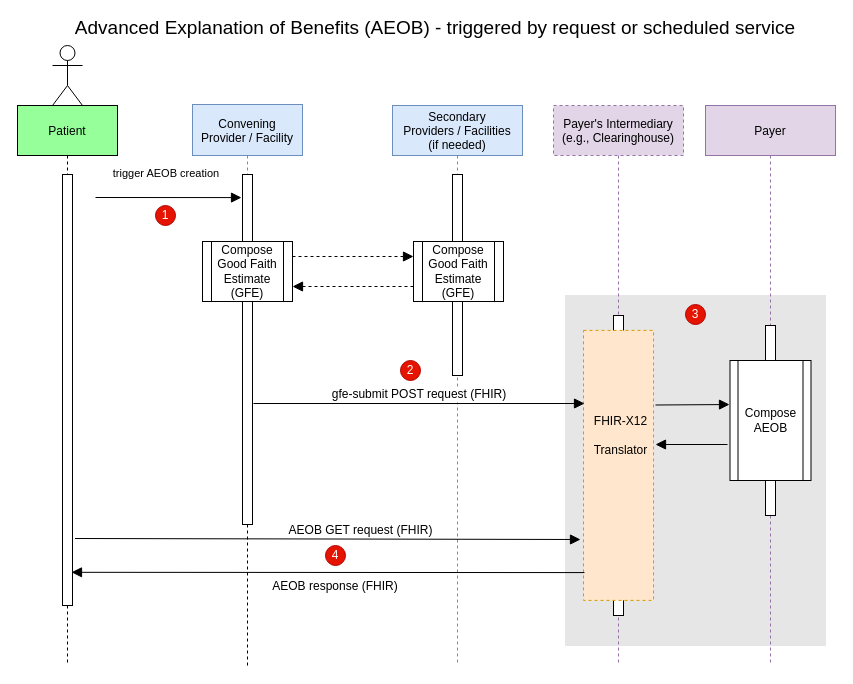
Before: input/images/AEOB-interaction.drawio in HL7/davinci-pct, a draw.io diagram. Source tidied: cells renumbered, new cells numbered last; positions are measured from the earlier drawing's top-left corner, leaving out a move shared by most shapes. Both pictures are drawn from the tidied source at 100%, with x=0, y=0 at pixel (17, 18).
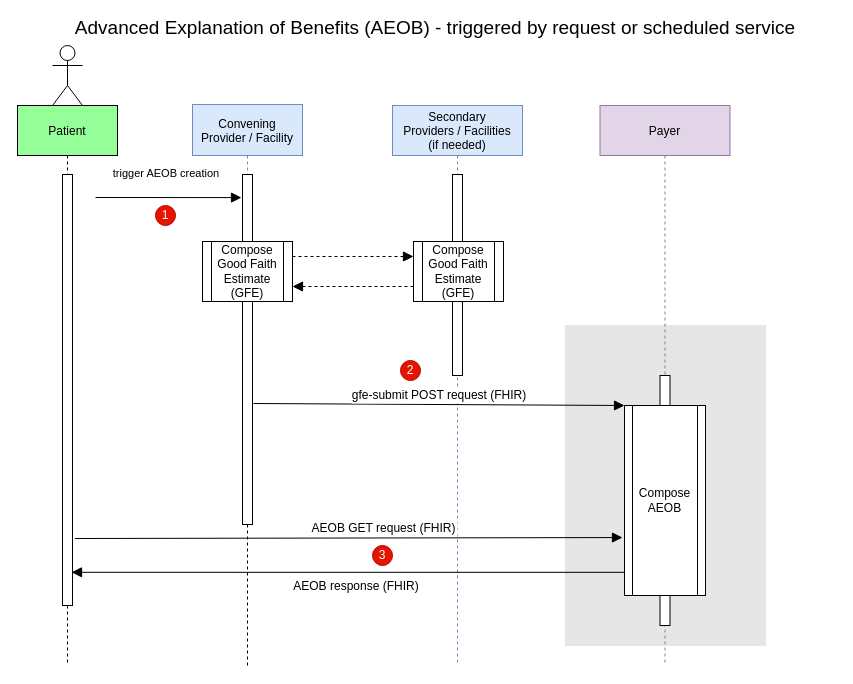
Above is the later version.

Unchanged cells that the change refers to:
```xml
<mxCell id="3" style="points=[];perimeter=orthogonalPerimeter;rounded=0;shadow=0;strokeWidth=1;" parent="2" vertex="1">
  <mxGeometry x="45" y="69" width="10" height="431" as="geometry" />
</mxCell>
```

What changed in the source:
```diff
@@
+    <mxCell id="23" style="perimeter=orthogonalPerimeter;rounded=0;shadow=0;strokeWidth=1;" parent="1" vertex="1">
+      <mxGeometry x="642.5" y="367" width="10" height="230" as="geometry" />
+    </mxCell>
@@
     <mxCell id="19" style="perimeter=orthogonalPerimeter;rounded=0;shadow=0;strokeWidth=1;fillColor=#E6E6E6;strokeColor=#E6E6E6;" parent="1" vertex="1">
-      <mxGeometry x="548" y="277" width="260" height="350" as="geometry" />
+      <mxGeometry x="548" y="307" width="200" height="320" as="geometry" />
     </mxCell>
-    <mxCell id="20" value="Payer's Intermediary&#10;(e.g., Clearinghouse)" style="shape=umlLifeline;perimeter=lifelinePerimeter;rounded=0;shadow=0;strokeWidth=1;fillColor=#e1d5e7;strokeColor=#9673a6;dashed=1;size=50;" parent="1" vertex="1">
-      <mxGeometry x="536" y="87" width="130" height="560" as="geometry" />
-    </mxCell>
-    <mxCell id="21" style="perimeter=orthogonalPerimeter;rounded=0;shadow=0;strokeWidth=1;" parent="20" vertex="1">
-      <mxGeometry x="60" y="210" width="10" height="300" as="geometry" />
-    </mxCell>
     <mxCell id="22" value="Payer" style="shape=umlLifeline;perimeter=lifelinePerimeter;rounded=0;shadow=0;strokeWidth=1;fillColor=#e1d5e7;strokeColor=#9673a6;size=50;" parent="1" vertex="1">
-      <mxGeometry x="688" y="87" width="130" height="560" as="geometry" />
+      <mxGeometry x="582.5" y="87" width="130" height="560" as="geometry" />
     </mxCell>
-    <mxCell id="23" style="perimeter=orthogonalPerimeter;rounded=0;shadow=0;strokeWidth=1;" parent="22" vertex="1">
-      <mxGeometry x="60" y="220" width="10" height="190" as="geometry" />
-    </mxCell>
-    <mxCell id="24" style="group;" parent="1" vertex="1">
-      <mxGeometry x="568" y="317" width="70" height="270" as="geometry" />
-    </mxCell>
-    <mxCell id="25" style="rounded=0;whiteSpace=wrap;html=1;fillColor=#ffe6cc;strokeColor=#d79b00;dashed=1;" parent="24" vertex="1">
-      <mxGeometry x="-2" y="-5.1" width="70" height="270" as="geometry" />
-    </mxCell>
-    <mxCell id="26" value="&lt;font style=&quot;font-size: 12px ; font-weight: normal&quot;&gt;FHIR-X12&lt;br&gt;Translator&lt;/font&gt;" style="text;strokeColor=none;fillColor=none;html=1;fontSize=24;fontStyle=1;verticalAlign=middle;align=center;" parent="24" vertex="1">
-      <mxGeometry y="51.2" width="70" height="90" as="geometry" />
-    </mxCell>
-    <mxCell id="27" value="Compose AEOB" style="shape=process;whiteSpace=wrap;html=1;backgroundOutline=1;" parent="1" vertex="1">
-      <mxGeometry x="712.5" y="342" width="81" height="120" as="geometry" />
-    </mxCell>
     <mxCell id="28" value="3" style="ellipse;whiteSpace=wrap;html=1;fillColor=#e51400;strokeColor=#B20000;fontColor=#ffffff;" parent="1" vertex="1">
-      <mxGeometry x="668" y="286" width="20" height="20" as="geometry" />
+      <mxGeometry x="355" y="527" width="20" height="20" as="geometry" />
     </mxCell>
-    <mxCell id="29" value="AEOB response (FHIR)" style="verticalAlign=bottom;endArrow=block;endSize=8;shadow=0;strokeWidth=1;endFill=1;entryX=0.9;entryY=0.923;entryDx=0;entryDy=0;entryPerimeter=0;exitX=0.014;exitY=0.897;exitDx=0;exitDy=0;exitPerimeter=0;fontSize=12;" parent="1" edge="1" source="25" target="3">
+    <mxCell id="29" value="AEOB response (FHIR)" style="verticalAlign=bottom;endArrow=block;endSize=8;shadow=0;strokeWidth=1;endFill=1;entryX=0.9;entryY=0.923;entryDx=0;entryDy=0;entryPerimeter=0;exitX=0.012;exitY=0.878;exitDx=0;exitDy=0;exitPerimeter=0;fontSize=12;" parent="1" edge="1" source="27" target="3">
       <mxGeometry x="-0.03" y="23" relative="1" as="geometry" />
     </mxCell>
-    <mxCell id="30" value="gfe-submit POST request (FHIR)" style="verticalAlign=bottom;endArrow=block;shadow=0;strokeWidth=1;entryX=-0.014;entryY=0.388;entryDx=0;entryDy=0;entryPerimeter=0;endSize=8;fontSize=12;" parent="1" edge="1">
+    <mxCell id="30" value="gfe-submit POST request (FHIR)" style="verticalAlign=bottom;endArrow=block;shadow=0;strokeWidth=1;entryX=0;entryY=0;entryDx=0;entryDy=0;endSize=8;fontSize=12;" parent="1" edge="1" target="27">
       <mxGeometry relative="1" as="geometry">
         <mxPoint x="236" y="385" as="sourcePoint" />
-        <mxPoint x="567" y="385" as="targetPoint" />
       </mxGeometry>
     </mxCell>
-    <mxCell id="31" style="verticalAlign=bottom;endArrow=block;shadow=0;strokeWidth=1;labelBackgroundColor=none;entryX=-0.006;entryY=0.367;entryDx=0;entryDy=0;entryPerimeter=0;endSize=8;" parent="1" edge="1" target="27">
-      <mxGeometry x="0.08" y="8" relative="1" as="geometry">
-        <mxPoint x="638" y="386.5" as="sourcePoint" />
-      </mxGeometry>
-    </mxCell>
-    <mxCell id="32" style="verticalAlign=bottom;endArrow=block;shadow=0;strokeWidth=1;labelBackgroundColor=none;endSize=8;" parent="1" edge="1">
-      <mxGeometry x="0.02" y="-7" relative="1" as="geometry">
-        <mxPoint x="710" y="426" as="sourcePoint" />
-        <mxPoint x="638" y="426" as="targetPoint" />
-      </mxGeometry>
-    </mxCell>
-    <mxCell id="33" value="AEOB GET request (FHIR)" style="verticalAlign=bottom;endArrow=block;endSize=8;shadow=0;strokeWidth=1;endFill=1;fontSize=12;" parent="1" edge="1">
+    <mxCell id="33" value="AEOB GET request (FHIR)" style="verticalAlign=bottom;endArrow=block;endSize=8;shadow=0;strokeWidth=1;endFill=1;fontSize=12;entryX=-0.025;entryY=0.695;entryDx=0;entryDy=0;entryPerimeter=0;" parent="1" edge="1" target="27">
       <mxGeometry x="0.13" relative="1" as="geometry">
         <mxPoint x="57.5" y="520" as="sourcePoint" />
-        <mxPoint x="563" y="521" as="targetPoint" />
       </mxGeometry>
     </mxCell>
-    <mxCell id="34" value="4" style="ellipse;whiteSpace=wrap;html=1;fillColor=#e51400;strokeColor=#B20000;fontColor=#ffffff;" parent="1" vertex="1">
-      <mxGeometry x="308" y="527" width="20" height="20" as="geometry" />
-    </mxCell>
+    <mxCell id="35" style="perimeter=orthogonalPerimeter;rounded=0;shadow=0;strokeWidth=1;" parent="1" vertex="1">
+      <mxGeometry x="642.5" y="357" width="10" height="250" as="geometry" />
+    </mxCell>
+    <mxCell id="27" value="Compose AEOB" style="shape=process;whiteSpace=wrap;html=1;backgroundOutline=1;" parent="1" vertex="1">
+      <mxGeometry x="607" y="387" width="81" height="190" as="geometry" />
+    </mxCell>
```
